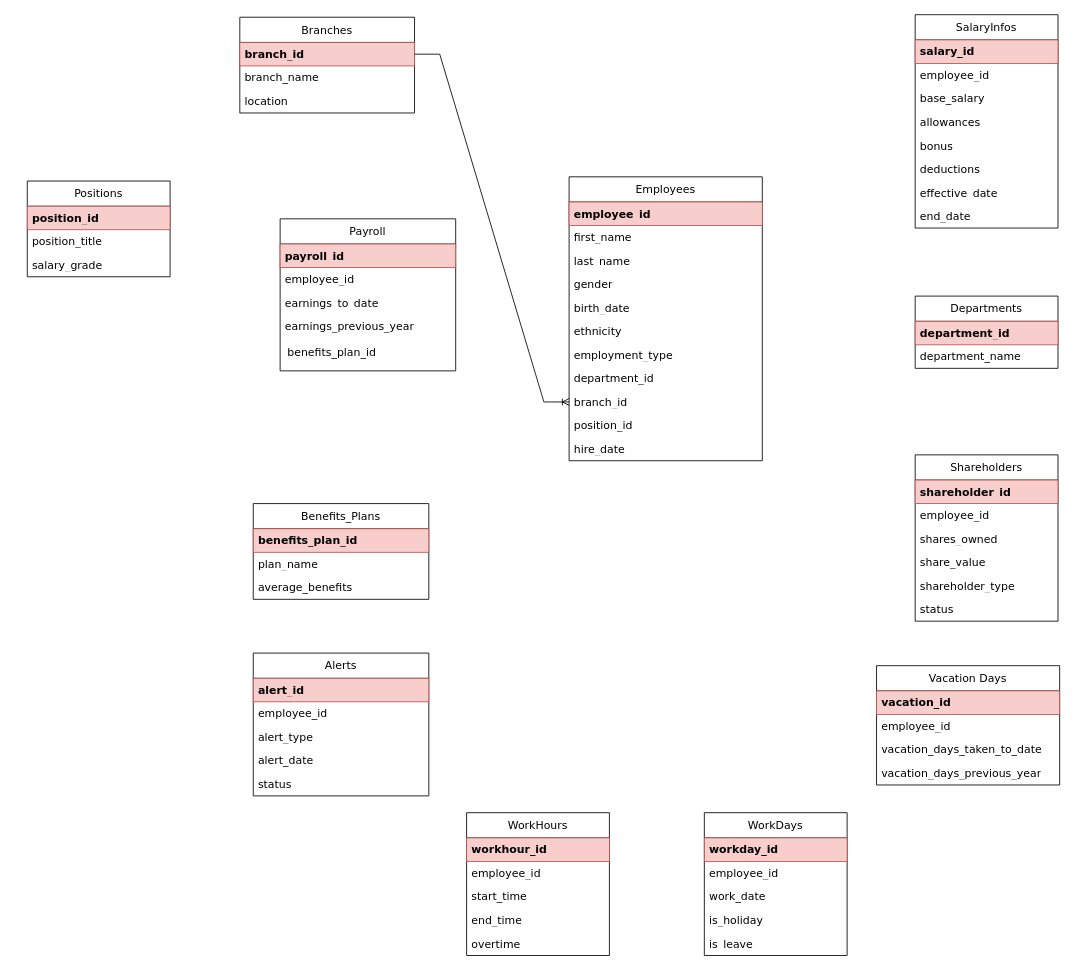
Before: page "THHT_Part2" (2 of 2) of TichHopHeThong.drawio in danghoan03/danghoan03, a draw.io diagram. Source tidied: cells renumbered, new cells numbered last; positions are measured from the earlier drawing's top-left corner, leaving out a move shared by most shapes. Both pictures are drawn from the tidied source at 84%, with x=0, y=0 at pixel (27, 14).
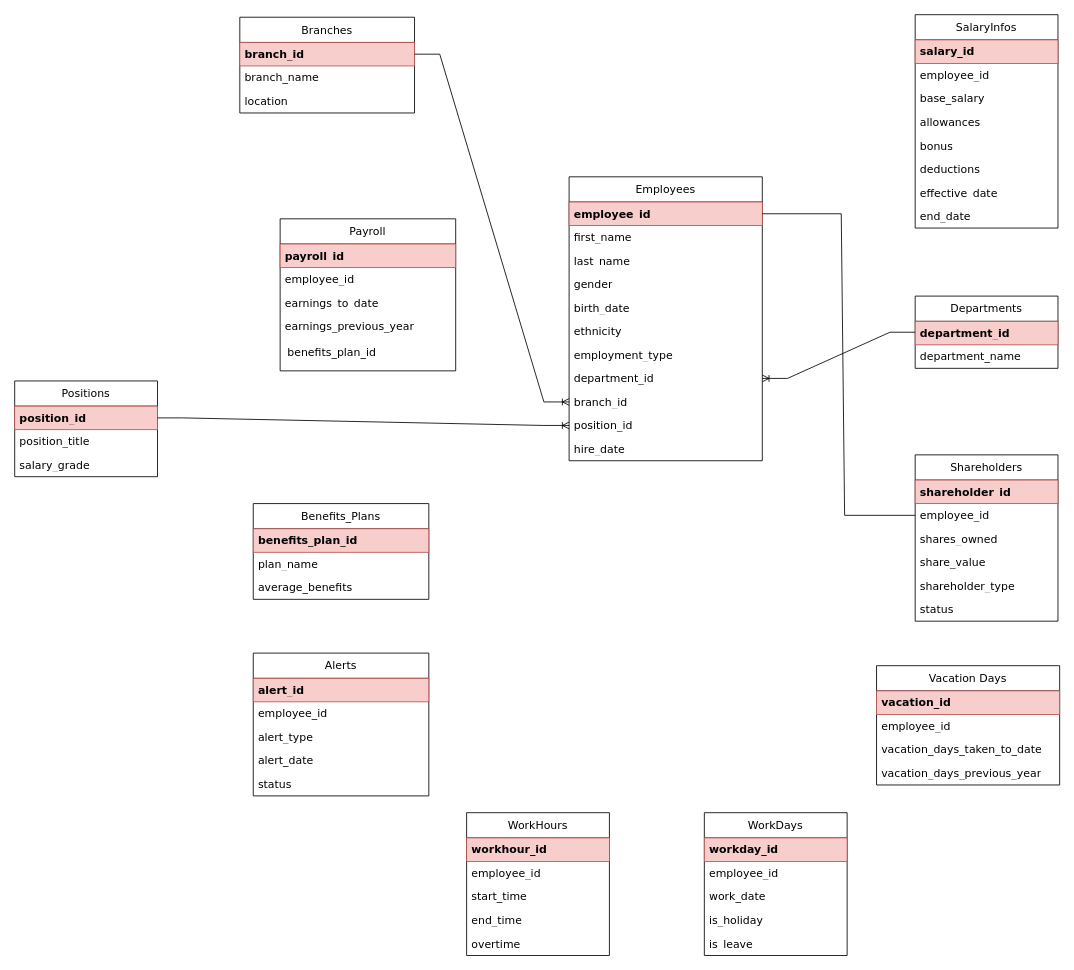
The same diagram, later.

The change refers to these unchanged cells:
```xml
<mxCell id="3" value="employee_id" style="text;strokeColor=#b85450;fillColor=#f8cecc;align=left;verticalAlign=middle;spacingLeft=4;spacingRight=4;overflow=hidden;points=[[0,0.5],[1,0.5]];portConstraint=eastwest;whiteSpace=wrap;html=1;fontSize=13;fontStyle=1;fontFamily=Verdana;" parent="2" vertex="1">
  <mxGeometry y="30" width="230" height="28" as="geometry" />
</mxCell>
<mxCell id="10" value="department_id" style="text;strokeColor=none;fillColor=none;align=left;verticalAlign=middle;spacingLeft=4;spacingRight=4;overflow=hidden;points=[[0,0.5],[1,0.5]];portConstraint=eastwest;whiteSpace=wrap;html=1;fontSize=13;fontFamily=Verdana;" parent="2" vertex="1">
  <mxGeometry y="226" width="230" height="28" as="geometry" />
</mxCell>
<mxCell id="12" value="position_id" style="text;strokeColor=none;fillColor=none;align=left;verticalAlign=middle;spacingLeft=4;spacingRight=4;overflow=hidden;points=[[0,0.5],[1,0.5]];portConstraint=eastwest;whiteSpace=wrap;html=1;fontSize=13;fontFamily=Verdana;" parent="2" vertex="1">
  <mxGeometry y="282" width="230" height="28" as="geometry" />
</mxCell>
<mxCell id="14" value="Departments" style="swimlane;fontStyle=0;horizontal=1;startSize=30;whiteSpace=wrap;html=1;fontSize=13;fontFamily=Verdana;" parent="1" vertex="1">
  <mxGeometry x="1057" y="335" width="170" height="86" as="geometry" />
</mxCell>
<mxCell id="34" value="employee_id" style="text;strokeColor=none;fillColor=none;align=left;verticalAlign=middle;spacingLeft=4;spacingRight=4;overflow=hidden;points=[[0,0.5],[1,0.5]];portConstraint=eastwest;whiteSpace=wrap;html=1;fontSize=13;fontFamily=Verdana;" parent="32" vertex="1">
  <mxGeometry y="58" width="170" height="28" as="geometry" />
</mxCell>
<mxCell id="59" value="position_id" style="text;strokeColor=#b85450;fillColor=#f8cecc;align=left;verticalAlign=middle;spacingLeft=4;spacingRight=4;overflow=hidden;points=[[0,0.5],[1,0.5]];portConstraint=eastwest;whiteSpace=wrap;html=1;fontSize=13;fontStyle=1;fontFamily=Verdana;" parent="58" vertex="1">
  <mxGeometry y="30" width="170" height="28" as="geometry" />
</mxCell>
```

Diff of the diagram source:
```diff
@@
     <mxCell id="58" value="Positions  " style="swimlane;fontStyle=0;horizontal=1;startSize=30;whiteSpace=wrap;html=1;fontSize=13;fontFamily=Verdana;" parent="1" vertex="1">
-      <mxGeometry y="198" width="170" height="114" as="geometry" />
+      <mxGeometry x="-15" y="436" width="170" height="114" as="geometry" />
     </mxCell>
@@
+    <mxCell id="75" style="edgeStyle=entityRelationEdgeStyle;fontSize=12;html=1;endArrow=ERoneToMany;rounded=0;entryX=1;entryY=0.5;entryDx=0;entryDy=0;exitX=0;exitY=0.5;exitDx=0;exitDy=0;" parent="1" edge="1" source="14" target="10">
+      <mxGeometry relative="1" as="geometry" />
+    </mxCell>
+    <mxCell id="76" style="edgeStyle=entityRelationEdgeStyle;fontSize=12;html=1;endArrow=ERoneToMany;rounded=0;exitX=1;exitY=0.5;exitDx=0;exitDy=0;entryX=0;entryY=0.5;entryDx=0;entryDy=0;" parent="1" edge="1" source="59" target="12">
+      <mxGeometry relative="1" as="geometry" />
+    </mxCell>
+    <mxCell id="77" style="endArrow=none;html=1;rounded=0;exitX=0;exitY=0.5;exitDx=0;exitDy=0;entryX=1;entryY=0.5;entryDx=0;entryDy=0;" parent="1" edge="1" source="34" target="3">
+      <mxGeometry relative="1" as="geometry">
+        <Array as="points">
+          <mxPoint x="973" y="596" />
+          <mxPoint x="969" y="237" />
+        </Array>
+      </mxGeometry>
+    </mxCell>
```
